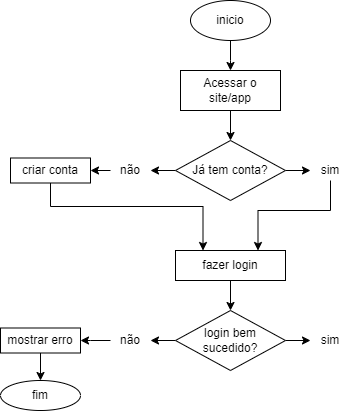
This is fluxograma.drawio.png from Andynlx01/fluxograma.aprensa-o, a draw.io export, as it was before one commit. Source tidied: cells renumbered, new cells last; positions are measured from the earlier drawing's top-left corner, leaving out a move shared by most shapes.
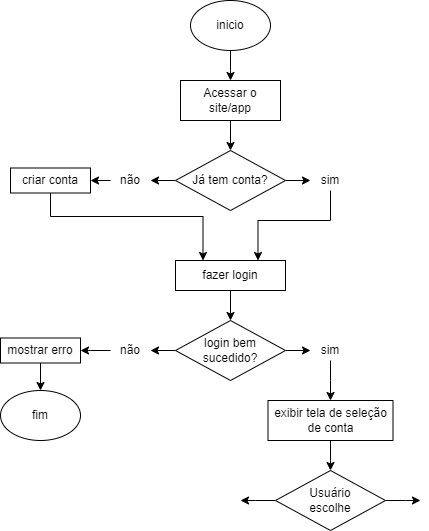
The same diagram one commit later.

Change to the diagram source:
```diff
@@ -8,7 +8,7 @@
       </mxGeometry>
     </mxCell>
     <mxCell id="3" value="inicio" style="ellipse;whiteSpace=wrap;html=1;" parent="1" vertex="1">
-      <mxGeometry x="190" width="80" height="40" as="geometry" />
+      <mxGeometry x="190" y="-10" width="80" height="50" as="geometry" />
     </mxCell>
     <mxCell id="4" style="edgeStyle=orthogonalEdgeStyle;rounded=0;jettySize=auto;html=1;" parent="1" edge="1" source="5" target="8">
       <mxGeometry relative="1" as="geometry" />
@@ -81,6 +81,11 @@
     <mxCell id="19" value="login bem sucedido?" style="rhombus;whiteSpace=wrap;html=1;" parent="1" vertex="1">
       <mxGeometry x="175" y="310" width="110" height="60" as="geometry" />
     </mxCell>
+    <mxCell id="26" style="edgeStyle=orthogonalEdgeStyle;rounded=0;jettySize=auto;html=1;" parent="1" edge="1" source="20">
+      <mxGeometry relative="1" as="geometry">
+        <mxPoint x="330" y="390" as="targetPoint" />
+      </mxGeometry>
+    </mxCell>
     <mxCell id="20" value="sim" style="text;strokeColor=none;align=center;fillColor=none;html=1;verticalAlign=middle;whiteSpace=wrap;rounded=0;" parent="1" vertex="1">
       <mxGeometry x="310" y="330" width="40" height="20" as="geometry" />
     </mxCell>
@@ -99,7 +104,31 @@
       <mxGeometry y="327.5" width="80" height="25" as="geometry" />
     </mxCell>
     <mxCell id="25" value="fim" style="ellipse;whiteSpace=wrap;html=1;" parent="1" vertex="1">
-      <mxGeometry y="380" width="80" height="30" as="geometry" />
+      <mxGeometry y="380" width="80" height="50" as="geometry" />
     </mxCell>
+    <mxCell id="27" style="edgeStyle=orthogonalEdgeStyle;rounded=0;jettySize=auto;html=1;" parent="1" edge="1" source="28">
+      <mxGeometry relative="1" as="geometry">
+        <mxPoint x="330" y="460" as="targetPoint" />
+      </mxGeometry>
+    </mxCell>
+    <mxCell id="28" value="exibir tela de seleção de conta" style="rounded=0;whiteSpace=wrap;html=1;" parent="1" vertex="1">
+      <mxGeometry x="267.5" y="390" width="125" height="40" as="geometry" />
+    </mxCell>
+    <mxCell id="29" style="edgeStyle=orthogonalEdgeStyle;rounded=0;jettySize=auto;html=1;" parent="1" edge="1" source="31">
+      <mxGeometry relative="1" as="geometry">
+        <mxPoint x="240" y="490" as="targetPoint" />
+      </mxGeometry>
+    </mxCell>
+    <mxCell id="30" style="edgeStyle=orthogonalEdgeStyle;rounded=0;jettySize=auto;html=1;" parent="1" edge="1" source="31">
+      <mxGeometry relative="1" as="geometry">
+        <mxPoint x="420" y="490" as="targetPoint" />
+      </mxGeometry>
+    </mxCell>
+    <mxCell id="31" style="rhombus;whiteSpace=wrap;html=1;" parent="1" vertex="1">
+      <mxGeometry x="275" y="460" width="110" height="60" as="geometry" />
+    </mxCell>
+    <mxCell id="32" value="Usuário escolhe" style="text;strokeColor=none;align=center;fillColor=none;html=1;verticalAlign=middle;whiteSpace=wrap;rounded=0;" parent="1" vertex="1">
+      <mxGeometry x="300" y="475" width="60" height="30" as="geometry" />
+    </mxCell>
   </root>
 </mxGraphModel>
```
